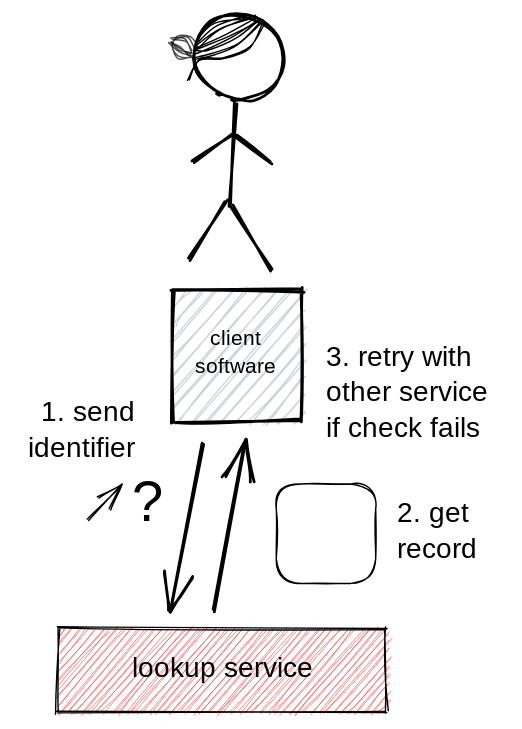
Earlier version of the Excalidraw export images/retrieving.svg (tkuhn/knowledge-space). Source tidied: one line per element, renumbered; positions are measured from the earlier drawing's top-left corner, leaving out a move shared by most shapes.
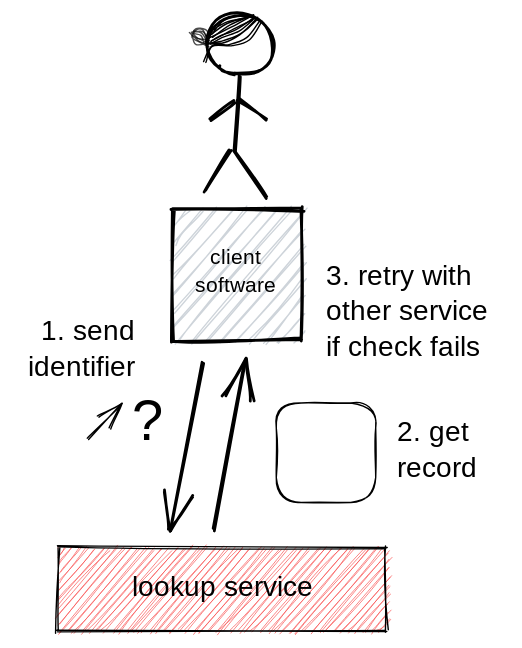
After the change.

Change to the diagram source:
```diff
@@ -1,22 +1,6 @@
 {"id": 0, "type": "rectangle", "strokeColor": "transparent", "backgroundColor": "#ffffff", "fillStyle": "solid", "strokeWidth": 1, "roughness": 1, "x": 32, "y": 441, "width": 234, "height": 59}
 {"id": 1, "type": "rectangle", "strokeColor": "#000000", "backgroundColor": "#fa5252", "fillStyle": "hachure", "strokeWidth": 1, "roughness": 1, "x": 31, "y": 439, "width": 234, "height": 59}
 {"id": 2, "type": "text", "text": "lookup service", "strokeColor": "#000000", "backgroundColor": "#228be6", "fillStyle": "solid", "strokeWidth": 1, "roughness": 1, "fontSize": 20, "fontFamily": 1, "textAlign": "center", "x": 82, "y": 455, "width": 135, "height": 26}
-{"id": 3, "type": "ellipse", "strokeColor": "#000000", "angle": 3.54, "strokeWidth": 2, "roughness": 1, "x": 128, "y": 0, "width": 65, "height": 60}
-{"id": 4, "type": "line", "strokeColor": "#000000", "backgroundColor": "#ced4da", "fillStyle": "solid", "strokeWidth": 2, "roughness": 1, "x": 158, "y": 63, "width": 3, "height": 73, "points": [[0, 0], [-3, 73]]}
-{"id": 5, "type": "line", "strokeColor": "#000000", "backgroundColor": "#ced4da", "fillStyle": "solid", "strokeWidth": 2, "roughness": 1, "x": 155, "y": 137, "width": 29, "height": 45, "points": [[0, 0], [29, 45]]}
-{"id": 6, "type": "line", "strokeColor": "#000000", "backgroundColor": "#ced4da", "fillStyle": "solid", "strokeWidth": 2, "roughness": 1, "x": 151, "y": 134, "width": 25, "height": 41, "points": [[0, 0], [-25, 41]]}
-{"id": 7, "type": "line", "strokeColor": "#000000", "backgroundColor": "#ced4da", "fillStyle": "solid", "strokeWidth": 2, "roughness": 1, "x": 129, "y": 106, "width": 26, "height": 20, "points": [[0, 0], [26, -20]]}
-{"id": 8, "type": "line", "strokeColor": "#000000", "backgroundColor": "#ced4da", "fillStyle": "solid", "strokeWidth": 2, "roughness": 1, "x": 157, "y": 86, "width": 27, "height": 19, "points": [[0, 0], [27, 19]]}
-{"id": 9, "type": "line", "strokeColor": "#000000", "strokeWidth": 1, "roughness": 1, "x": 179, "y": 6, "width": 54, "height": 41, "points": [[0, 0], [-11, 18], [-29, 26], [-46, 27], [-54, 41]]}
-{"id": 10, "type": "line", "strokeColor": "#000000", "strokeWidth": 1, "roughness": 1, "x": 176, "y": 5, "width": 48, "height": 26, "points": [[0, 0], [-15, 16], [-34, 24], [-48, 26]]}
-{"id": 11, "type": "line", "strokeColor": "#000000", "strokeWidth": 1, "roughness": 1, "x": 172, "y": 2, "width": 42, "height": 21, "points": [[0, 0], [-24, 9], [-42, 21]]}
-{"id": 12, "type": "line", "strokeColor": "#000000", "strokeWidth": 1, "roughness": 1, "x": 174, "y": 5, "width": 45, "height": 23, "points": [[0, 0], [-17, 12], [-35, 19], [-45, 23]]}
-{"id": 13, "type": "line", "strokeColor": "#000000", "strokeWidth": 1, "roughness": 1, "x": 173, "y": 3, "width": 43, "height": 21, "points": [[0, 0], [-20, 11], [-43, 21]]}
-{"id": 14, "type": "line", "strokeColor": "#000000", "strokeWidth": 1, "roughness": 1, "x": 168, "y": 1, "width": 37, "height": 18, "points": [[0, 0], [-23, 7], [-37, 18]]}
-{"id": 15, "type": "line", "strokeColor": "#000000", "strokeWidth": 1, "roughness": 1, "opacity": 70, "x": 128, "y": 31, "width": 18, "height": 16, "points": [[0, 0], [-10, -1], [-15, -8], [-13, -15], [-2, -16], [2, -7]]}
-{"id": 16, "type": "line", "strokeColor": "#000000", "strokeWidth": 1, "roughness": 1, "opacity": 70, "x": 111, "y": 20, "width": 17, "height": 9, "points": [[0, 0], [7, 6], [17, 9]]}
-{"id": 17, "type": "line", "strokeColor": "#000000", "strokeWidth": 1, "roughness": 1, "opacity": 70, "x": 113, "y": 18, "width": 13, "height": 8, "points": [[0, 0], [9, 1], [13, 8]]}
-{"id": 18, "type": "line", "strokeColor": "#000000", "strokeWidth": 1, "roughness": 1, "opacity": 70, "x": 113, "y": 20, "width": 13, "height": 8, "points": [[0, 0], [6, 4], [13, 8]]}
 {"id": 19, "type": "arrow", "strokeColor": "#000000", "strokeWidth": 2, "roughness": 1, "endArrowhead": "arrow", "from": 20, "to": 1, "x": 135, "y": 306, "width": 24, "height": 119, "points": [[0, 0], [-24, 119]]}
 {"id": 20, "type": "rectangle", "strokeColor": "#000000", "backgroundColor": "#ced4da", "fillStyle": "hachure", "strokeWidth": 2, "roughness": 1, "x": 114, "y": 197, "width": 92, "height": 94}
 {"id": 21, "type": "text", "text": "client\nsoftware", "strokeColor": "#000000", "backgroundColor": "#ced4da", "fillStyle": "hachure", "strokeWidth": 2, "roughness": 1, "fontSize": 15.0, "fontFamily": 1, "textAlign": "center", "verticalAlign": "middle", "x": 125, "y": 222, "width": 66, "height": 40}
@@ -27,3 +11,19 @@
 {"id": 26, "type": "text", "text": "1. send\nidentifier", "strokeColor": "#000000", "strokeWidth": 1, "roughness": 1, "fontSize": 20, "fontFamily": 1, "textAlign": "right", "x": 0, "y": 273, "width": 86, "height": 51}
 {"id": 27, "type": "text", "text": "2. get\nrecord", "strokeColor": "#000000", "strokeWidth": 1, "roughness": 1, "fontSize": 20, "fontFamily": 1, "x": 273, "y": 345, "width": 62, "height": 51}
 {"id": 28, "type": "text", "text": "3. retry with\nother service\nif check fails", "strokeColor": "#000000", "strokeWidth": 1, "roughness": 1, "fontSize": 20, "fontFamily": 1, "x": 223, "y": 232, "width": 130, "height": 76}
+{"id": 29, "type": "ellipse", "strokeColor": "#000000", "angle": 3.54, "strokeWidth": 2, "roughness": 1, "x": 138, "y": 58, "width": 47, "height": 43}
+{"id": 30, "type": "line", "strokeColor": "#000000", "backgroundColor": "#ced4da", "fillStyle": "solid", "strokeWidth": 2, "roughness": 1, "x": 160, "y": 102, "width": 2, "height": 53, "points": [[0, 0], [-2, 53]]}
+{"id": 31, "type": "line", "strokeColor": "#000000", "backgroundColor": "#ced4da", "fillStyle": "solid", "strokeWidth": 2, "roughness": 1, "x": 158, "y": 156, "width": 21, "height": 32, "points": [[0, 0], [21, 32]]}
+{"id": 32, "type": "line", "strokeColor": "#000000", "backgroundColor": "#ced4da", "fillStyle": "solid", "strokeWidth": 2, "roughness": 1, "x": 155, "y": 154, "width": 18, "height": 30, "points": [[0, 0], [-18, 30]]}
+{"id": 33, "type": "line", "strokeColor": "#000000", "backgroundColor": "#ced4da", "fillStyle": "solid", "strokeWidth": 2, "roughness": 1, "x": 139, "y": 134, "width": 19, "height": 14, "points": [[0, 0], [19, -14]]}
+{"id": 34, "type": "line", "strokeColor": "#000000", "backgroundColor": "#ced4da", "fillStyle": "solid", "strokeWidth": 2, "roughness": 1, "x": 160, "y": 119, "width": 19, "height": 14, "points": [[0, 0], [19, 14]]}
+{"id": 35, "type": "line", "strokeColor": "#000000", "strokeWidth": 1, "roughness": 1, "x": 175, "y": 62, "width": 39, "height": 29, "points": [[0, 0], [-8, 13], [-21, 19], [-33, 19], [-39, 29]]}
+{"id": 36, "type": "line", "strokeColor": "#000000", "strokeWidth": 1, "roughness": 1, "x": 173, "y": 61, "width": 34, "height": 19, "points": [[0, 0], [-11, 11], [-24, 17], [-34, 19]]}
+{"id": 37, "type": "line", "strokeColor": "#000000", "strokeWidth": 1, "roughness": 1, "x": 171, "y": 59, "width": 30, "height": 15, "points": [[0, 0], [-18, 6], [-30, 15]]}
+{"id": 38, "type": "line", "strokeColor": "#000000", "strokeWidth": 1, "roughness": 1, "x": 172, "y": 61, "width": 32, "height": 16, "points": [[0, 0], [-12, 9], [-25, 14], [-32, 16]]}
+{"id": 39, "type": "line", "strokeColor": "#000000", "strokeWidth": 1, "roughness": 1, "x": 171, "y": 60, "width": 31, "height": 15, "points": [[0, 0], [-15, 8], [-31, 15]]}
+{"id": 40, "type": "line", "strokeColor": "#000000", "strokeWidth": 1, "roughness": 1, "x": 167, "y": 58, "width": 26, "height": 13, "points": [[0, 0], [-17, 5], [-26, 13]]}
+{"id": 41, "type": "line", "strokeColor": "#000000", "strokeWidth": 1, "roughness": 1, "opacity": 70, "x": 138, "y": 80, "width": 13, "height": 11, "points": [[0, 0], [-7, -1], [-11, -5], [-9, -11], [-2, -11], [2, -5]]}
+{"id": 42, "type": "line", "strokeColor": "#000000", "strokeWidth": 1, "roughness": 1, "opacity": 70, "x": 126, "y": 72, "width": 12, "height": 6, "points": [[0, 0], [5, 5], [12, 6]]}
+{"id": 43, "type": "line", "strokeColor": "#000000", "strokeWidth": 1, "roughness": 1, "opacity": 70, "x": 128, "y": 70, "width": 10, "height": 6, "points": [[0, 0], [7, 1], [10, 6]]}
+{"id": 44, "type": "line", "strokeColor": "#000000", "strokeWidth": 1, "roughness": 1, "opacity": 70, "x": 128, "y": 71, "width": 10, "height": 6, "points": [[0, 0], [4, 3], [10, 6]]}
```
